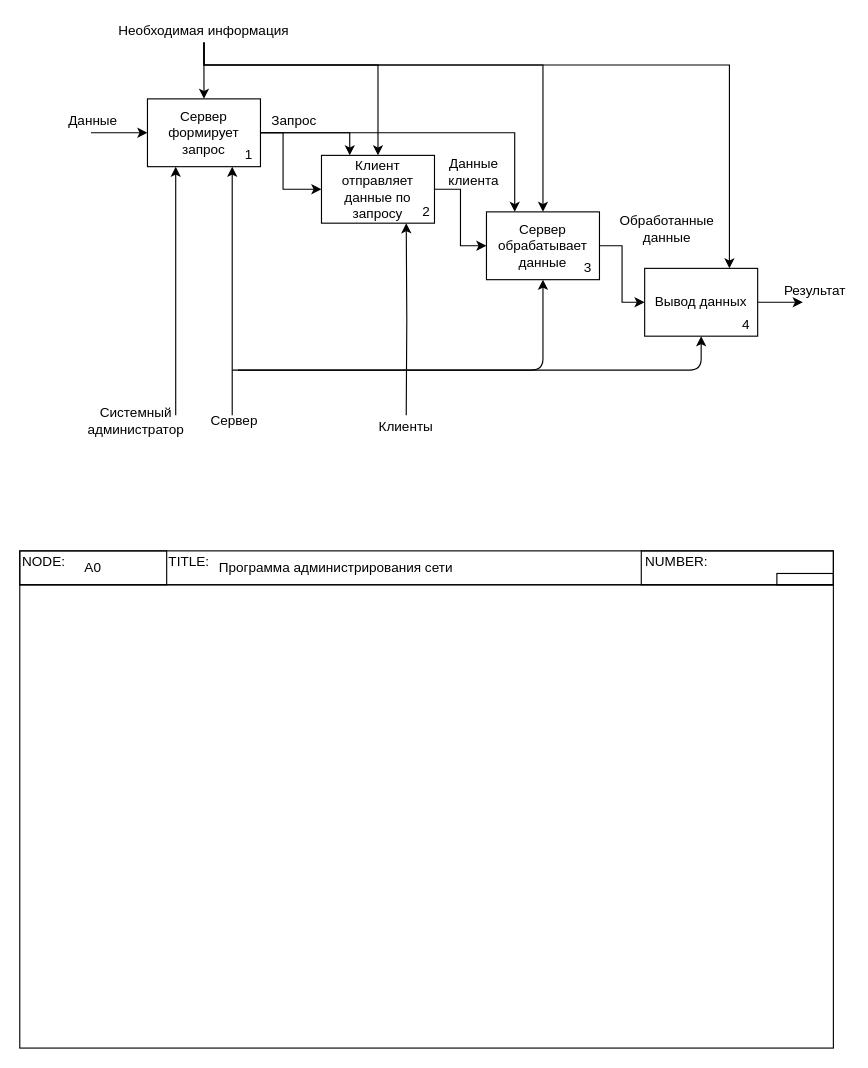
The draw.io diagram Декомпозиция контекстной диаграммы.drawio in OhotnikovV/AvIS, before the edit. Source tidied: cells renumbered, new cells numbered last; positions are measured from the earlier drawing's top-left corner, leaving out a move shared by most shapes. Both pictures are drawn from the tidied source at 113%, with x=0, y=0 at pixel (19, 19).
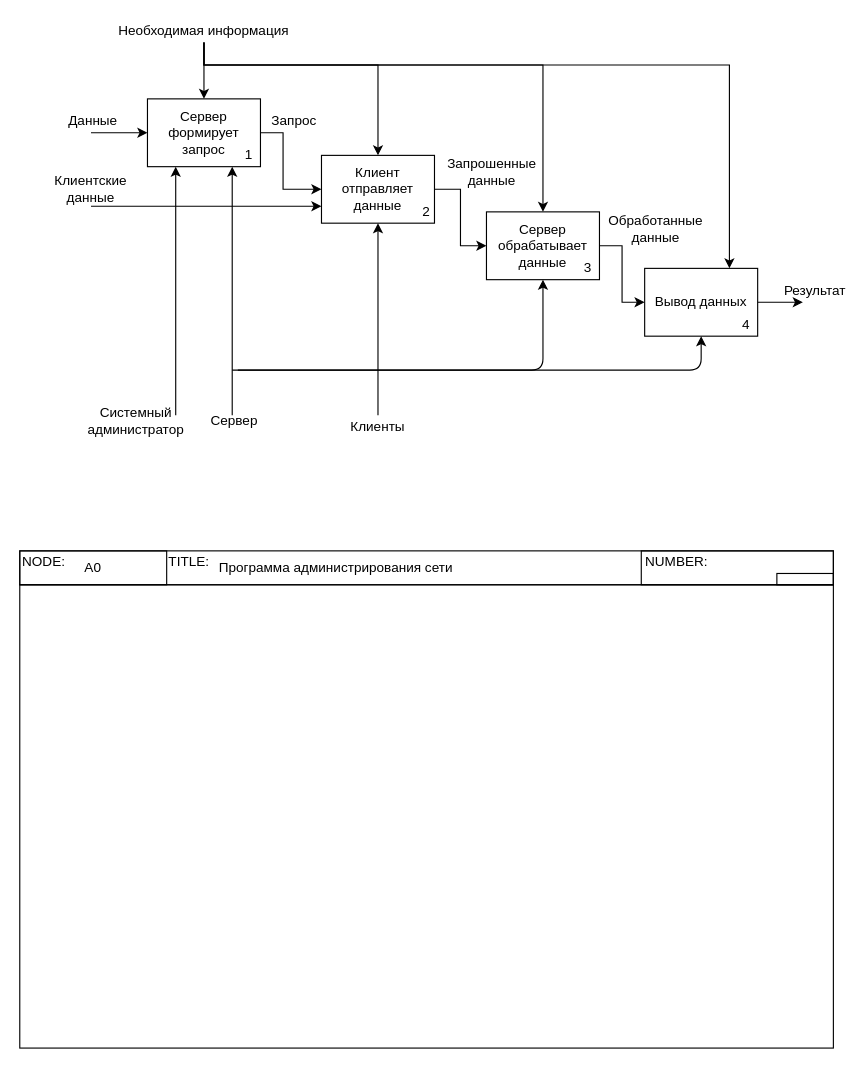
After the change.

Unchanged cells that the change refers to:
```xml
<mxCell id="5" value="Сервер формирует запрос" style="rounded=0;whiteSpace=wrap;html=1;" parent="1" vertex="1">
  <mxGeometry x="113" y="70" width="100" height="60" as="geometry" />
</mxCell>
<mxCell id="8" value="Сервер обрабатывает данные" style="rounded=0;whiteSpace=wrap;html=1;" parent="1" vertex="1">
  <mxGeometry x="413" y="170" width="100" height="60" as="geometry" />
</mxCell>
```

Change to the diagram source:
```diff
@@
-    <mxCell id="3" style="edgeStyle=orthogonalEdgeStyle;rounded=0;jettySize=auto;html=1;exitX=1;exitY=0.5;exitDx=0;exitDy=0;entryX=0.25;entryY=0;entryDx=0;entryDy=0;endSize=6;" parent="1" edge="1" source="5" target="13">
-      <mxGeometry relative="1" as="geometry" />
-    </mxCell>
-    <mxCell id="4" style="edgeStyle=orthogonalEdgeStyle;rounded=0;jettySize=auto;html=1;exitX=1;exitY=0.5;exitDx=0;exitDy=0;entryX=0.25;entryY=0;entryDx=0;entryDy=0;endSize=6;" parent="1" edge="1" source="5" target="8">
-      <mxGeometry relative="1" as="geometry" />
-    </mxCell>
@@
-    <mxCell id="13" value="Клиент отправляет данные по запросу" style="rounded=0;whiteSpace=wrap;html=1;" parent="1" vertex="1">
+    <mxCell id="13" value="Клиент отправляет данные" style="rounded=0;whiteSpace=wrap;html=1;" parent="1" vertex="1">
       <mxGeometry x="267" y="120" width="100" height="60" as="geometry" />
     </mxCell>
@@
-    <mxCell id="15" value="Данные клиента" style="text;html=1;strokeColor=none;fillColor=none;align=center;verticalAlign=middle;whiteSpace=wrap;rounded=0;" parent="1" vertex="1">
-      <mxGeometry x="367" y="120" width="70" height="30" as="geometry" />
+    <mxCell id="15" value="Запрошенные данные" style="text;html=1;strokeColor=none;fillColor=none;align=center;verticalAlign=middle;whiteSpace=wrap;rounded=0;" parent="1" vertex="1">
+      <mxGeometry x="383" y="120" width="70" height="30" as="geometry" />
     </mxCell>
     <mxCell id="16" value="Обработанные данные" style="text;html=1;strokeColor=none;fillColor=none;align=center;verticalAlign=middle;whiteSpace=wrap;rounded=0;" parent="1" vertex="1">
-      <mxGeometry x="533" y="170" width="80" height="30" as="geometry" />
+      <mxGeometry x="523" y="170" width="80" height="30" as="geometry" />
     </mxCell>
@@
-    <mxCell id="37" style="edgeStyle=orthogonalEdgeStyle;rounded=0;jettySize=auto;html=1;entryX=0.75;entryY=1;entryDx=0;entryDy=0;" parent="1" edge="1" target="13">
-      <mxGeometry relative="1" as="geometry">
-        <mxPoint x="342" y="350" as="sourcePoint" />
-      </mxGeometry>
+    <mxCell id="37" style="edgeStyle=orthogonalEdgeStyle;rounded=0;jettySize=auto;html=1;entryX=0.5;entryY=1;entryDx=0;entryDy=0;exitX=0.5;exitY=0;exitDx=0;exitDy=0;" parent="1" edge="1" source="38" target="13">
+      <mxGeometry relative="1" as="geometry" />
     </mxCell>
     <mxCell id="38" value="Клиенты" style="text;html=1;strokeColor=none;fillColor=none;align=center;verticalAlign=middle;whiteSpace=wrap;rounded=0;" parent="1" vertex="1">
-      <mxGeometry x="317" y="350" width="50" height="20" as="geometry" />
+      <mxGeometry x="292" y="350" width="50" height="20" as="geometry" />
     </mxCell>
@@
+    <mxCell id="45" style="endArrow=classic;html=1;entryX=0;entryY=0.75;entryDx=0;entryDy=0;" parent="1" edge="1" target="13">
+      <mxGeometry relative="1" as="geometry">
+        <mxPoint x="63" y="165" as="sourcePoint" />
+      </mxGeometry>
+    </mxCell>
+    <mxCell id="46" value="Клиентские данные" style="text;html=1;strokeColor=none;fillColor=none;align=center;verticalAlign=middle;whiteSpace=wrap;rounded=0;" parent="1" vertex="1">
+      <mxGeometry x="43" y="140" width="40" height="20" as="geometry" />
+    </mxCell>
```
